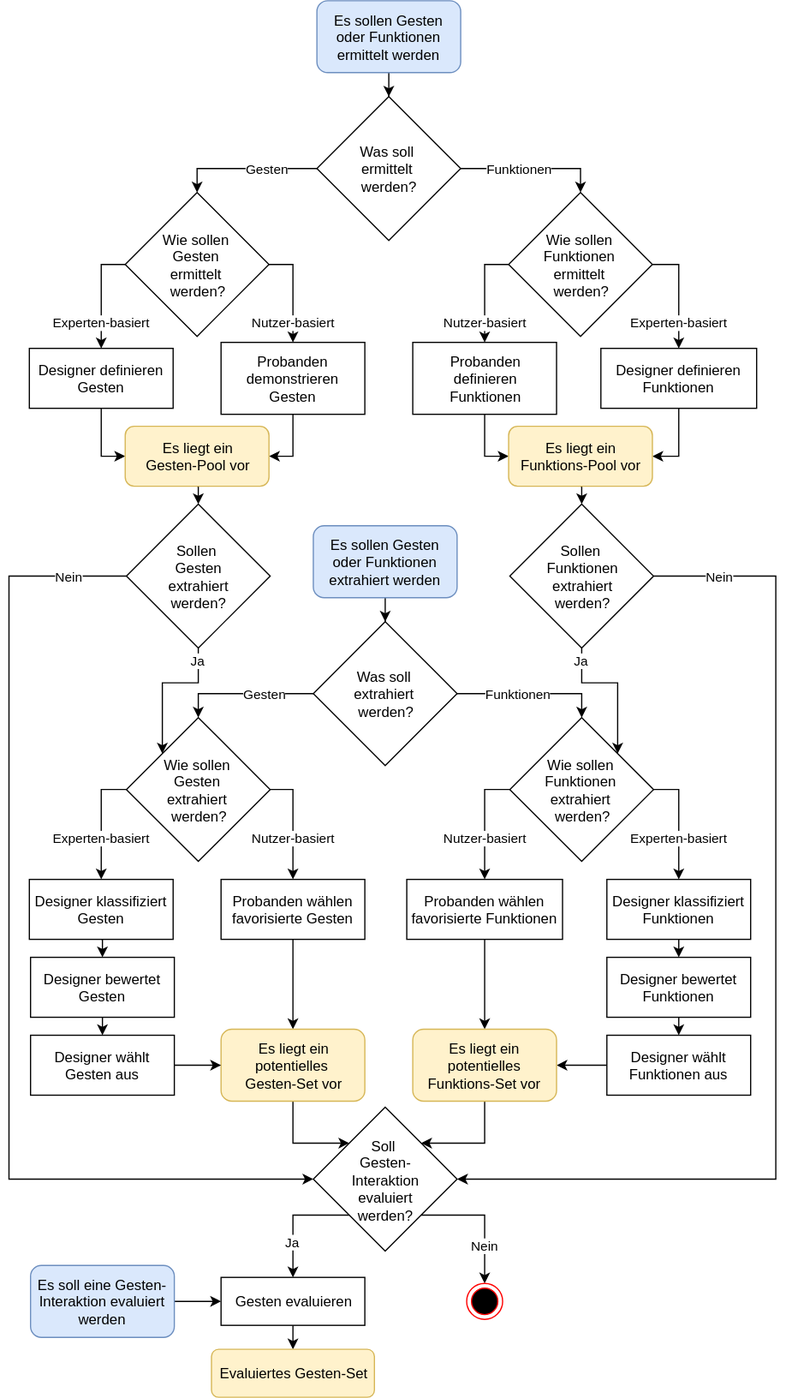
Before: img/de/introduction/study-create/gesture-design-process.svg, a diagram exported from draw.io (danielkuenkel/gesturenote). Source tidied: cells renumbered, new cells last; positions are measured from the earlier drawing's top-left corner, leaving out a move shared by most shapes.
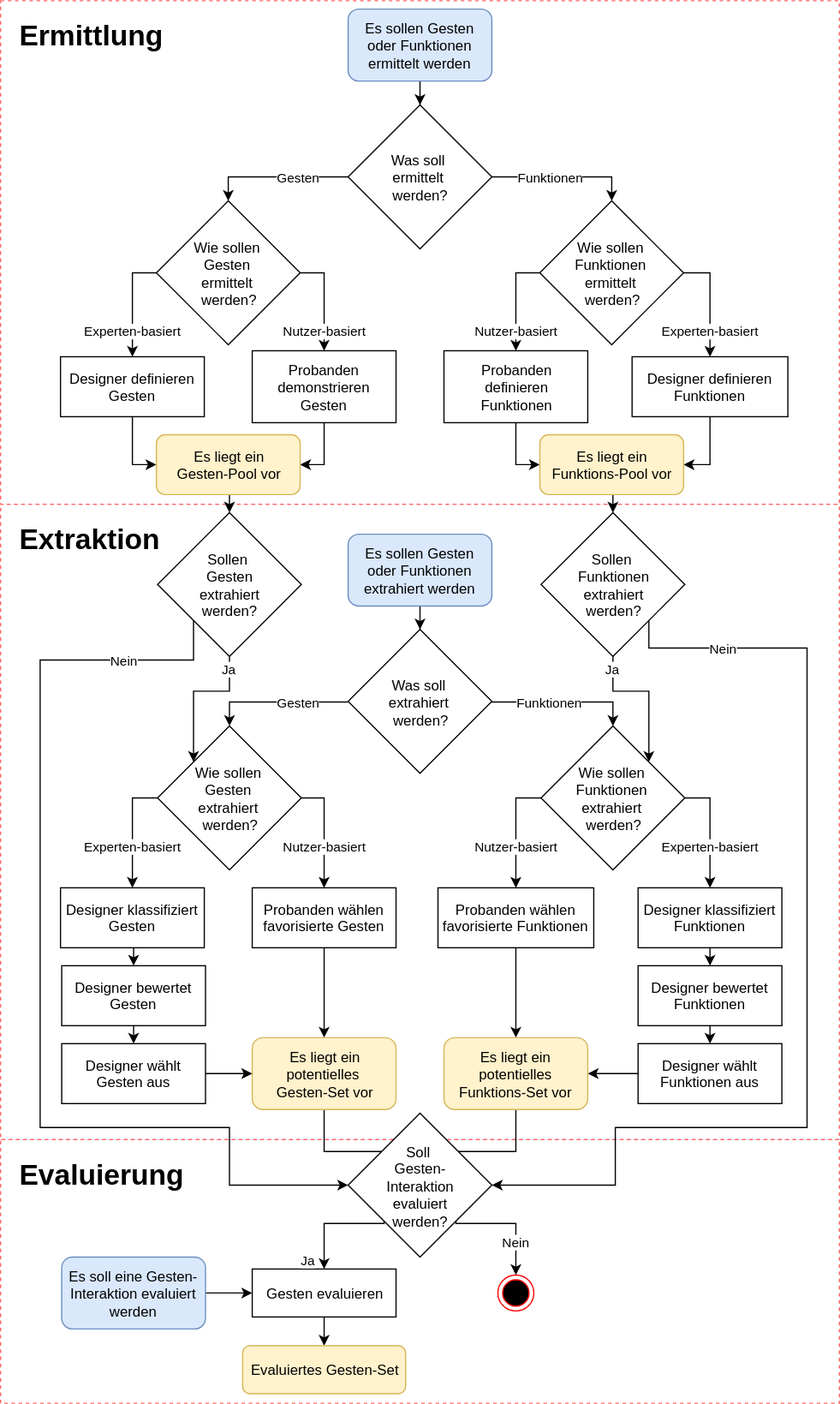
The same file after the commit.

Commit message:
- update gesture styleguide contents - update information contents

Change to the diagram source:
```diff
@@ -2,6 +2,15 @@
   <root>
     <mxCell id="0" />
     <mxCell id="1" parent="0" />
+    <mxCell id="71" style="whiteSpace=wrap;html=1;fillColor=#ffffff;strokeColor=#FF6666;dashed=1;rounded=0;shadow=0;glass=0;comic=0;" parent="1" vertex="1">
+      <mxGeometry x="-33" y="943" width="700" height="220" as="geometry" />
+    </mxCell>
+    <mxCell id="72" style="whiteSpace=wrap;html=1;fillColor=#ffffff;strokeColor=#FF6666;dashed=1;rounded=0;shadow=0;glass=0;comic=0;" parent="1" vertex="1">
+      <mxGeometry x="-33" y="413" width="700" height="530" as="geometry" />
+    </mxCell>
+    <mxCell id="73" style="whiteSpace=wrap;html=1;fillColor=#ffffff;strokeColor=#FF6666;dashed=1;rounded=0;shadow=0;glass=0;comic=0;" parent="1" vertex="1">
+      <mxGeometry x="-33" y="-7" width="700" height="420" as="geometry" />
+    </mxCell>
     <mxCell id="2" style="edgeStyle=orthogonalEdgeStyle;rounded=0;html=1;exitX=0.5;exitY=1;jettySize=auto;" parent="1" edge="1" source="3" target="10">
       <mxGeometry relative="1" as="geometry" />
     </mxCell>
@@ -81,7 +90,7 @@
       <mxGeometry relative="1" as="geometry" />
     </mxCell>
     <mxCell id="26" value="Es sollen Gesten oder Funktionen extrahiert werden" style="rounded=1;whiteSpace=wrap;html=1;fillColor=#dae8fc;strokeColor=#6c8ebf;" parent="1" vertex="1">
-      <mxGeometry x="254" y="438" width="120" height="60" as="geometry" />
+      <mxGeometry x="257" y="438" width="120" height="60" as="geometry" />
     </mxCell>
     <mxCell id="27" style="edgeStyle=orthogonalEdgeStyle;rounded=0;html=1;exitX=0.5;exitY=1;entryX=0.5;entryY=0;jettySize=auto;" parent="1" edge="1" source="28" target="49">
       <mxGeometry relative="1" as="geometry" />
@@ -108,7 +117,7 @@
       </mxGeometry>
     </mxCell>
     <mxCell id="33" value="Was soll&amp;nbsp;&lt;div&gt;extrahiert&amp;nbsp;&lt;/div&gt;&lt;div&gt;werden?&lt;/div&gt;" style="rhombus;whiteSpace=wrap;html=1;" parent="1" vertex="1">
-      <mxGeometry x="254" y="518" width="120" height="120" as="geometry" />
+      <mxGeometry x="257" y="517.5" width="120" height="120" as="geometry" />
     </mxCell>
     <mxCell id="34" style="edgeStyle=orthogonalEdgeStyle;rounded=0;html=1;exitX=0.5;exitY=1;entryX=0;entryY=0;jettySize=auto;" parent="1" edge="1" source="35" target="62">
       <mxGeometry relative="1" as="geometry">
@@ -174,22 +183,25 @@
       <mxGeometry relative="1" as="geometry" />
     </mxCell>
     <mxCell id="51" value="Es soll eine Gesten-Interaktion evaluiert werden" style="rounded=1;whiteSpace=wrap;html=1;fillColor=#dae8fc;strokeColor=#6c8ebf;" parent="1" vertex="1">
-      <mxGeometry x="18" y="1055" width="120" height="60" as="geometry" />
+      <mxGeometry x="18" y="1041" width="120" height="60" as="geometry" />
     </mxCell>
     <mxCell id="52" style="edgeStyle=orthogonalEdgeStyle;rounded=0;html=1;exitX=0.5;exitY=1;entryX=0.5;entryY=0;jettySize=auto;" parent="1" edge="1" source="53" target="63">
       <mxGeometry relative="1" as="geometry" />
     </mxCell>
     <mxCell id="53" value="Gesten evaluieren" style="rounded=0;whiteSpace=wrap;html=1;" parent="1" vertex="1">
-      <mxGeometry x="177" y="1065" width="120" height="40" as="geometry" />
+      <mxGeometry x="177" y="1051" width="120" height="40" as="geometry" />
     </mxCell>
     <mxCell id="54" value="Ja" style="edgeStyle=orthogonalEdgeStyle;rounded=0;html=1;exitX=0.5;exitY=1;entryX=0;entryY=0;jettySize=auto;" parent="1" edge="1" source="56" target="38">
       <mxGeometry x="-0.83" relative="1" as="geometry" />
     </mxCell>
-    <mxCell id="55" value="Nein" style="edgeStyle=orthogonalEdgeStyle;rounded=0;html=1;exitX=0;exitY=0.5;entryX=0;entryY=0.5;jettySize=auto;" parent="1" edge="1" source="56" target="62">
-      <mxGeometry x="-0.89" relative="1" as="geometry">
+    <mxCell id="55" value="Nein" style="edgeStyle=orthogonalEdgeStyle;rounded=0;html=1;exitX=0;exitY=1;entryX=0;entryY=0.5;jettySize=auto;" parent="1" edge="1" source="56" target="62">
+      <mxGeometry x="-0.79" relative="1" as="geometry">
         <Array as="points">
-          <mxPoint y="480" />
-          <mxPoint y="983" />
+          <mxPoint x="128" y="543" />
+          <mxPoint y="543" />
+          <mxPoint y="933" />
+          <mxPoint x="158" y="933" />
+          <mxPoint x="158" y="981" />
         </Array>
       </mxGeometry>
     </mxCell>
@@ -199,11 +211,14 @@
     <mxCell id="57" value="Ja" style="edgeStyle=orthogonalEdgeStyle;rounded=0;html=1;exitX=0.5;exitY=1;entryX=1;entryY=0;jettySize=auto;" parent="1" edge="1" source="59" target="41">
       <mxGeometry x="-0.83" relative="1" as="geometry" />
     </mxCell>
-    <mxCell id="58" value="Nein" style="edgeStyle=orthogonalEdgeStyle;rounded=0;html=1;exitX=1;exitY=0.5;entryX=1;entryY=0.5;jettySize=auto;" parent="1" edge="1" source="59" target="62">
-      <mxGeometry x="-0.87" relative="1" as="geometry">
+    <mxCell id="58" value="Nein" style="edgeStyle=orthogonalEdgeStyle;rounded=0;html=1;exitX=1;exitY=1;entryX=1;entryY=0.5;jettySize=auto;" parent="1" edge="1" source="59" target="62">
+      <mxGeometry x="-0.8" relative="1" as="geometry">
         <Array as="points">
-          <mxPoint x="640" y="480" />
-          <mxPoint x="640" y="983" />
+          <mxPoint x="508" y="533" />
+          <mxPoint x="640" y="533" />
+          <mxPoint x="640" y="933" />
+          <mxPoint x="480" y="933" />
+          <mxPoint x="480" y="981" />
         </Array>
       </mxGeometry>
     </mxCell>
@@ -211,24 +226,26 @@
       <mxGeometry x="418" y="420" width="120" height="120" as="geometry" />
     </mxCell>
     <mxCell id="60" value="Ja" style="edgeStyle=orthogonalEdgeStyle;rounded=0;html=1;exitX=0;exitY=1;entryX=0.5;entryY=0;jettySize=auto;" parent="1" edge="1" source="62" target="53">
-      <mxGeometry x="0.4" relative="1" as="geometry">
+      <mxGeometry x="0.11" y="15" relative="1" as="geometry">
         <Array as="points">
           <mxPoint x="237" y="1013" />
         </Array>
+        <mxPoint x="-15" y="15" as="offset" />
       </mxGeometry>
     </mxCell>
     <mxCell id="61" value="Nein" style="edgeStyle=orthogonalEdgeStyle;rounded=0;html=1;exitX=1;exitY=1;entryX=0.5;entryY=0;jettySize=auto;" parent="1" edge="1" source="62" target="66">
-      <mxGeometry x="0.42" relative="1" as="geometry">
+      <mxGeometry x="0.1" y="-15" relative="1" as="geometry">
         <Array as="points">
           <mxPoint x="397" y="1013" />
         </Array>
+        <mxPoint x="15" y="15" as="offset" />
       </mxGeometry>
     </mxCell>
     <mxCell id="62" value="Soll&amp;nbsp;&lt;div&gt;Gesten-&lt;/div&gt;&lt;div&gt;Interaktion&lt;/div&gt;&lt;div&gt;evaluiert&lt;/div&gt;&lt;div&gt;werden?&lt;/div&gt;" style="rhombus;whiteSpace=wrap;html=1;" parent="1" vertex="1">
-      <mxGeometry x="254" y="923" width="120" height="120" as="geometry" />
+      <mxGeometry x="257" y="921" width="120" height="120" as="geometry" />
     </mxCell>
     <mxCell id="63" value="Evaluiertes Gesten-Set" style="rounded=1;whiteSpace=wrap;html=1;fillColor=#fff2cc;strokeColor=#d6b656;" parent="1" vertex="1">
-      <mxGeometry x="169" y="1125" width="136" height="40" as="geometry" />
+      <mxGeometry x="169" y="1115" width="136" height="40" as="geometry" />
     </mxCell>
     <mxCell id="64" style="edgeStyle=orthogonalEdgeStyle;rounded=0;html=1;exitX=0.5;exitY=1;entryX=0.5;entryY=0;jettySize=auto;" parent="1" edge="1" source="65" target="28">
       <mxGeometry relative="1" as="geometry" />
@@ -237,7 +254,7 @@
       <mxGeometry x="17" y="733" width="120" height="50" as="geometry" />
     </mxCell>
     <mxCell id="66" style="ellipse;html=1;shape=endState;fillColor=#000000;strokeColor=#ff0000;" parent="1" vertex="1">
-      <mxGeometry x="382" y="1070" width="30" height="30" as="geometry" />
+      <mxGeometry x="382" y="1056" width="30" height="30" as="geometry" />
     </mxCell>
     <mxCell id="67" style="edgeStyle=orthogonalEdgeStyle;rounded=0;html=1;exitX=0.5;exitY=1;entryX=0.5;entryY=0;jettySize=auto;" parent="1" edge="1" source="68" target="43">
       <mxGeometry relative="1" as="geometry" />
@@ -251,5 +268,14 @@
     <mxCell id="70" value="Designer klassifiziert Funktionen" style="rounded=0;whiteSpace=wrap;html=1;" parent="1" vertex="1">
       <mxGeometry x="499" y="733" width="120" height="50" as="geometry" />
     </mxCell>
+    <mxCell id="74" value="&lt;h1&gt;Ermittlung&lt;/h1&gt;" style="text;html=1;strokeColor=none;fillColor=none;spacing=5;spacingTop=-20;whiteSpace=wrap;overflow=hidden;rounded=0;shadow=0;glass=0;dashed=1;comic=0;" parent="1" vertex="1">
+      <mxGeometry x="-22" y="3" width="190" height="120" as="geometry" />
+    </mxCell>
+    <mxCell id="75" value="&lt;h1&gt;Extraktion&lt;/h1&gt;" style="text;html=1;strokeColor=none;fillColor=none;spacing=5;spacingTop=-20;whiteSpace=wrap;overflow=hidden;rounded=0;shadow=0;glass=0;dashed=1;comic=0;" parent="1" vertex="1">
+      <mxGeometry x="-22" y="423" width="190" height="120" as="geometry" />
+    </mxCell>
+    <mxCell id="76" value="&lt;h1&gt;Evaluierung&lt;/h1&gt;" style="text;html=1;strokeColor=none;fillColor=none;spacing=5;spacingTop=-20;whiteSpace=wrap;overflow=hidden;rounded=0;shadow=0;glass=0;dashed=1;comic=0;" parent="1" vertex="1">
+      <mxGeometry x="-22" y="953" width="190" height="120" as="geometry" />
+    </mxCell>
   </root>
 </mxGraphModel>
```
